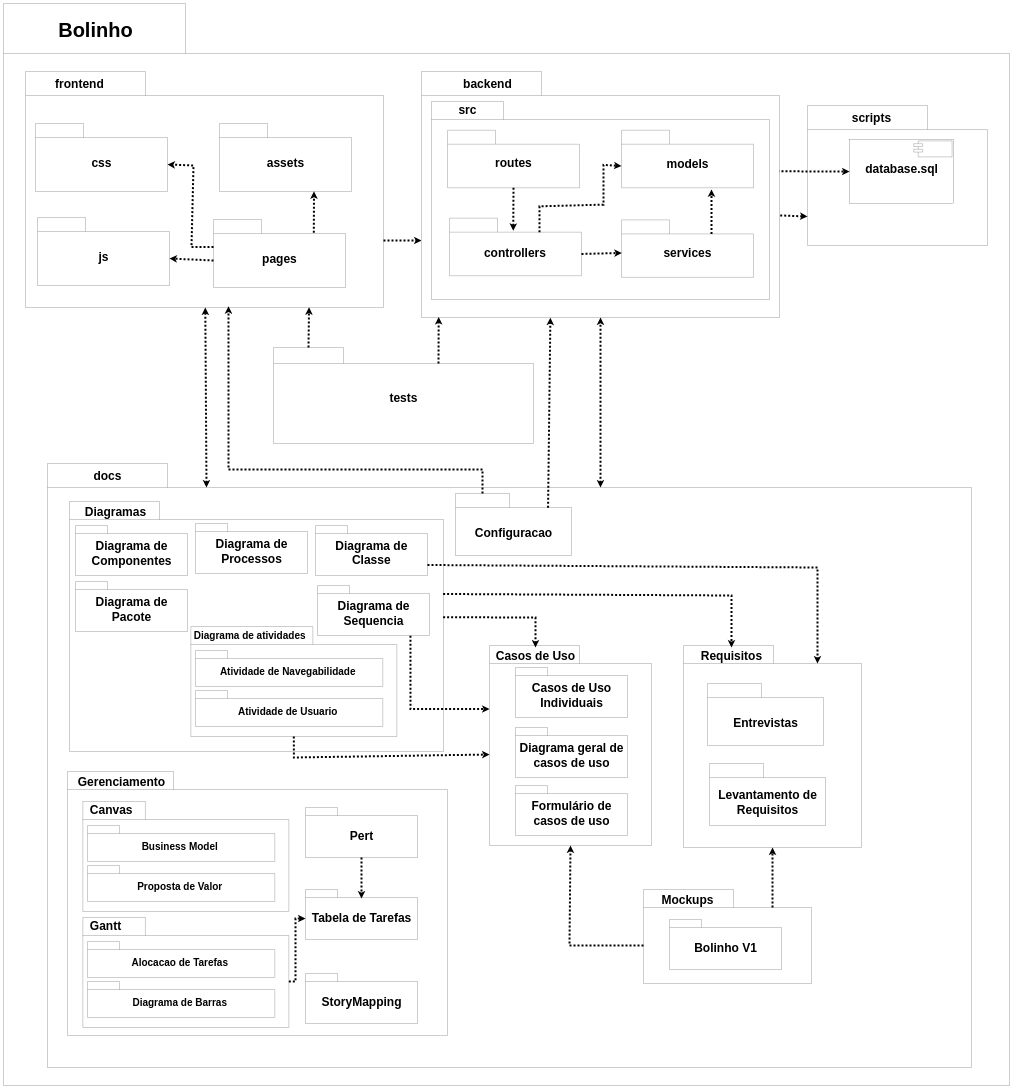
Before: docs/Diagramas/Diagrama de Pacote/Diagrama de Pacote.drawio in LarihAyumi/bolinho, a draw.io diagram. Source tidied: cells renumbered, new cells numbered last; positions are measured from the earlier drawing's top-left corner, leaving out a move shared by most shapes. Both pictures are drawn from the tidied source at 20%, with x=0, y=0 at pixel (3, 3).
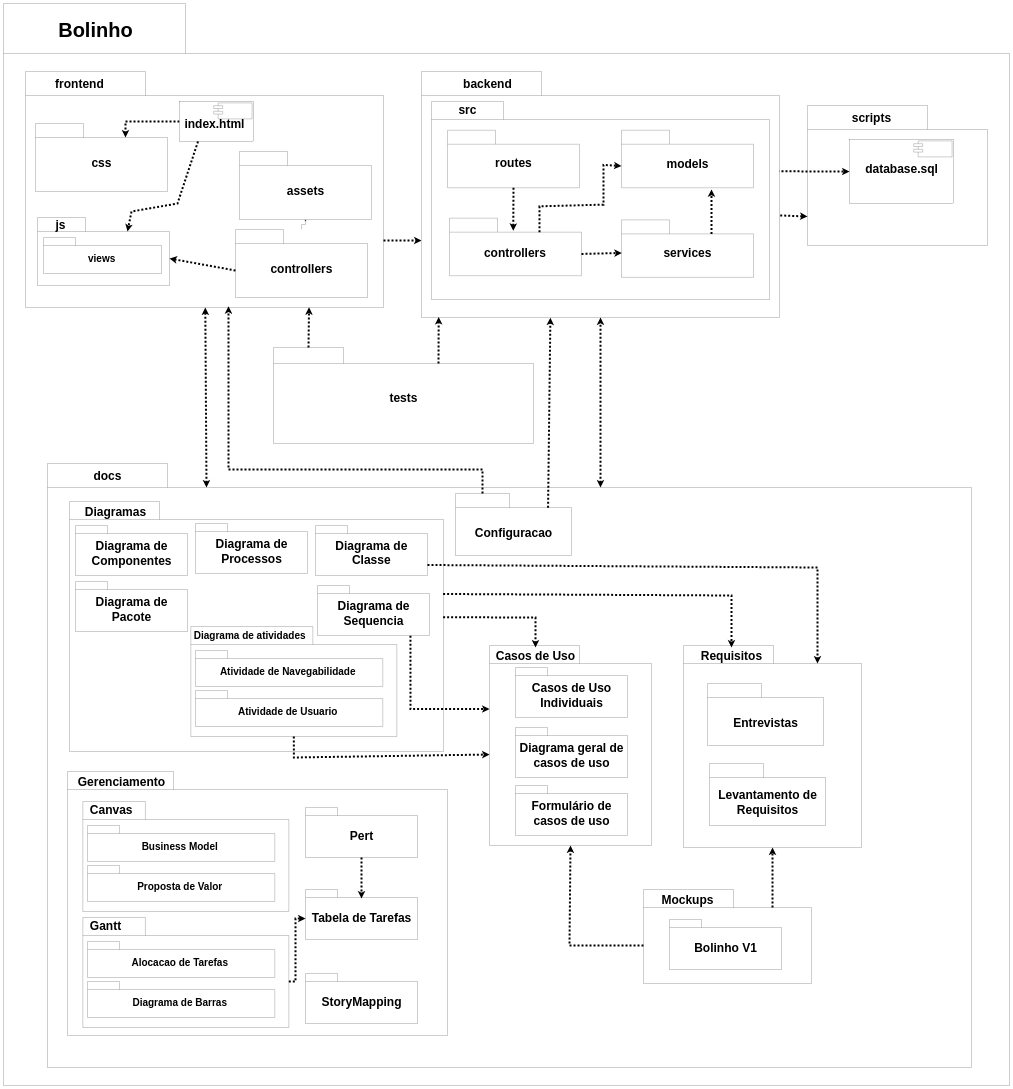
The same page after the edit.

Commit message (it also covers changes not shown here):
[T7][T10][T14][T18] Atualiza diagrama de pacotes com frontend funcional

Unchanged cells that the change refers to:
```xml
<mxCell id="10" style="shape=folder;fontStyle=1;spacingTop=10;tabWidth=240;tabHeight=70;tabPosition=left;html=1;whiteSpace=wrap;" parent="9" vertex="1">
  <mxGeometry width="660" height="340" as="geometry" />
</mxCell>
<mxCell id="13" style="shape=folder;fontStyle=1;spacingTop=10;tabWidth=240;tabHeight=70;tabPosition=left;html=1;whiteSpace=wrap;" parent="12" vertex="1">
  <mxGeometry width="660" height="340" as="geometry" />
</mxCell>
<mxCell id="16" style="shape=folder;fontStyle=1;spacingTop=10;tabWidth=240;tabHeight=70;tabPosition=left;html=1;whiteSpace=wrap;" parent="15" vertex="1">
  <mxGeometry width="660" height="340" as="geometry" />
</mxCell>
```

The edit, as a diff of the source:
```diff
@@
-    <mxCell id="6" style="group;" parent="1" vertex="1">
-      <mxGeometry x="1050" y="1080" width="660" height="340" as="geometry" />
-    </mxCell>
-    <mxCell id="7" style="shape=folder;fontStyle=1;spacingTop=10;tabWidth=240;tabHeight=70;tabPosition=left;html=1;whiteSpace=wrap;" parent="6" vertex="1">
-      <mxGeometry width="660" height="340" as="geometry" />
-    </mxCell>
-    <mxCell id="8" value="pages" style="text;html=1;whiteSpace=wrap;strokeColor=none;fillColor=none;align=center;verticalAlign=middle;rounded=0;fontStyle=1;fontSize=60;" parent="6" vertex="1">
-      <mxGeometry x="235" y="170" width="190" height="50" as="geometry" />
-    </mxCell>
@@
     <mxCell id="12" style="group;" parent="1" vertex="1">
-      <mxGeometry x="170" y="1070" width="660" height="340" as="geometry" />
+      <mxGeometry x="170" y="1070" width="966.4" height="340" as="geometry" />
     </mxCell>
@@
     <mxCell id="14" value="js" style="text;html=1;whiteSpace=wrap;strokeColor=none;fillColor=none;align=center;verticalAlign=middle;rounded=0;fontStyle=1;fontSize=60;" parent="12" vertex="1">
-      <mxGeometry x="235" y="170" width="190" height="50" as="geometry" />
+      <mxGeometry x="20" y="10" width="190" height="50" as="geometry" />
     </mxCell>
+    <mxCell id="153" style="group;" parent="12" vertex="1">
+      <mxGeometry x="30" y="100" width="590" height="210" as="geometry" />
+    </mxCell>
+    <mxCell id="154" style="shape=folder;fontStyle=1;spacingTop=10;tabWidth=160;tabHeight=40;tabPosition=left;html=1;whiteSpace=wrap;" parent="153" vertex="1">
+      <mxGeometry width="590" height="180" as="geometry" />
+    </mxCell>
+    <mxCell id="155" value="&lt;font style=&quot;font-size: 50px;&quot;&gt;views&lt;/font&gt;" style="text;html=1;whiteSpace=wrap;strokeColor=none;fillColor=none;align=center;verticalAlign=middle;rounded=0;fontStyle=1;fontSize=60;" parent="154" vertex="1">
+      <mxGeometry x="-8" y="34.3" width="598" height="136.8" as="geometry" />
+    </mxCell>
     <mxCell id="15" style="group;" parent="1" vertex="1">
-      <mxGeometry x="1080" y="600" width="660" height="340" as="geometry" />
+      <mxGeometry x="1180" y="740" width="660" height="340" as="geometry" />
     </mxCell>
@@
-    <mxCell id="18" style="endArrow=classic;html=1;rounded=0;exitX=0;exitY=0;exitDx=0;exitDy=205;exitPerimeter=0;entryX=0;entryY=0;entryDx=660;entryDy=205;entryPerimeter=0;strokeWidth=10;dashed=1;dashPattern=1 1;" parent="1" edge="1" source="7" target="13">
-      <mxGeometry relative="1" as="geometry" />
-    </mxCell>
-    <mxCell id="19" style="endArrow=classic;html=1;rounded=0;exitX=0.76;exitY=0.194;exitDx=0;exitDy=0;exitPerimeter=0;strokeWidth=10;dashed=1;dashPattern=1 1;entryX=0.716;entryY=0.998;entryDx=0;entryDy=0;entryPerimeter=0;" parent="1" edge="1" source="7" target="16">
-      <mxGeometry relative="1" as="geometry" />
+    <mxCell id="19" style="endArrow=classic;html=1;rounded=0;exitX=0;exitY=0.5;exitDx=0;exitDy=0;strokeWidth=10;dashed=1;dashPattern=1 1;entryX=0;entryY=0;entryDx=450;entryDy=70;entryPerimeter=0;" parent="1" edge="1" source="159" target="10">
+      <mxGeometry relative="1" as="geometry">
+        <Array as="points">
+          <mxPoint x="610" y="590" />
+        </Array>
+      </mxGeometry>
     </mxCell>
-    <mxCell id="20" style="endArrow=classic;html=1;rounded=0;entryX=0;entryY=0;entryDx=660;entryDy=205;entryPerimeter=0;strokeWidth=10;dashed=1;dashPattern=1 1;exitX=0;exitY=0;exitDx=0;exitDy=137.5;exitPerimeter=0;" parent="1" edge="1" source="7" target="10">
-      <mxGeometry relative="1" as="geometry">
-        <Array as="points">
-          <mxPoint x="940" y="1218" />
-          <mxPoint x="950" y="810" />
-        </Array>
-      </mxGeometry>
-    </mxCell>
@@
+    <mxCell id="156" style="group;" parent="1" vertex="1">
+      <mxGeometry x="1160" y="1130" width="660" height="340" as="geometry" />
+    </mxCell>
+    <mxCell id="7" style="shape=folder;fontStyle=1;spacingTop=10;tabWidth=240;tabHeight=70;tabPosition=left;html=1;whiteSpace=wrap;" parent="156" vertex="1">
+      <mxGeometry width="660" height="340" as="geometry" />
+    </mxCell>
+    <mxCell id="157" value="controllers" style="text;html=1;whiteSpace=wrap;strokeColor=none;fillColor=none;align=center;verticalAlign=middle;rounded=0;fontStyle=1;fontSize=60;" parent="156" vertex="1">
+      <mxGeometry x="235" y="170" width="190" height="50" as="geometry" />
+    </mxCell>
+    <mxCell id="158" style="group;" parent="1" vertex="1">
+      <mxGeometry x="860" y="490" width="390" height="240" as="geometry" />
+    </mxCell>
+    <mxCell id="159" style="html=1;whiteSpace=wrap;" parent="158" vertex="1">
+      <mxGeometry x="20" width="370" height="200" as="geometry" />
+    </mxCell>
+    <mxCell id="160" style="shape=module;jettyWidth=45;jettyHeight=14;" parent="159" vertex="1">
+      <mxGeometry x="1" width="192" height="80" relative="1" as="geometry">
+        <mxPoint x="-199" y="7" as="offset" />
+      </mxGeometry>
+    </mxCell>
+    <mxCell id="161" value="index.html" style="text;html=1;whiteSpace=wrap;strokeColor=none;fillColor=none;align=center;verticalAlign=middle;rounded=0;fontStyle=1;fontSize=60;" parent="158" vertex="1">
+      <mxGeometry x="101.8" y="83.4" width="186.4" height="56.9" as="geometry" />
+    </mxCell>
+    <mxCell id="162" style="endArrow=classic;html=1;rounded=0;exitX=0.25;exitY=1;exitDx=0;exitDy=0;strokeWidth=10;dashed=1;dashPattern=1 1;entryX=0;entryY=0;entryDx=450;entryDy=70;entryPerimeter=0;" parent="1" edge="1" source="159" target="13">
+      <mxGeometry relative="1" as="geometry">
+        <Array as="points">
+          <mxPoint x="870" y="1000" />
+          <mxPoint x="640" y="1040" />
+        </Array>
+      </mxGeometry>
+    </mxCell>
+    <mxCell id="18" style="endArrow=classic;html=1;rounded=0;exitX=0;exitY=0;exitDx=0;exitDy=205;strokeWidth=10;dashed=1;dashPattern=1 1;entryX=0;entryY=0;entryDx=660;entryDy=205;entryPerimeter=0;exitPerimeter=0;" parent="1" edge="1" source="7" target="13">
+      <mxGeometry relative="1" as="geometry" />
+    </mxCell>
+    <mxCell id="163" style="edgeStyle=orthogonalEdgeStyle;rounded=0;jettySize=auto;html=1;" parent="1" edge="1" source="7" target="16">
+      <mxGeometry relative="1" as="geometry" />
+    </mxCell>
```
